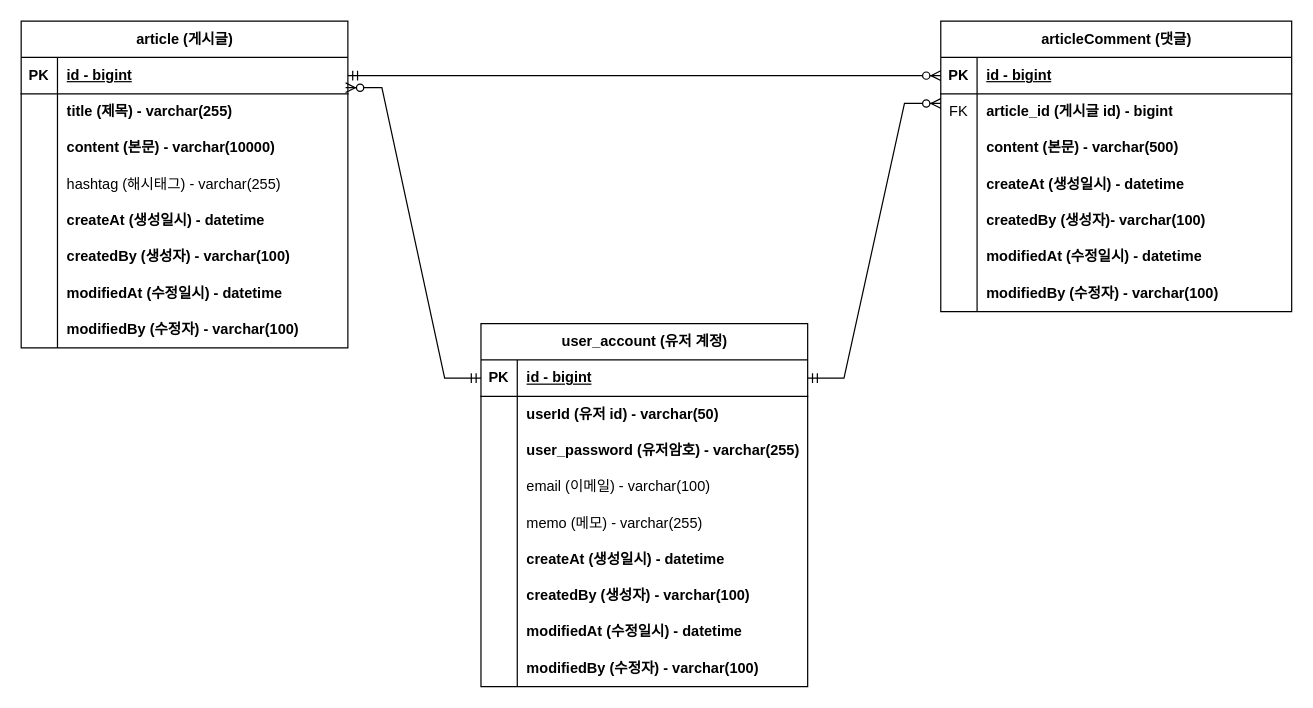
Before: document/project-board-erd.drawio in tkdwls4453/board-project, a draw.io diagram. Source tidied: cells renumbered, new cells numbered last; positions are measured from the earlier drawing's top-left corner, leaving out a move shared by most shapes. Both pictures are drawn from the tidied source at 121%, with x=0, y=0 at pixel (21, 21).
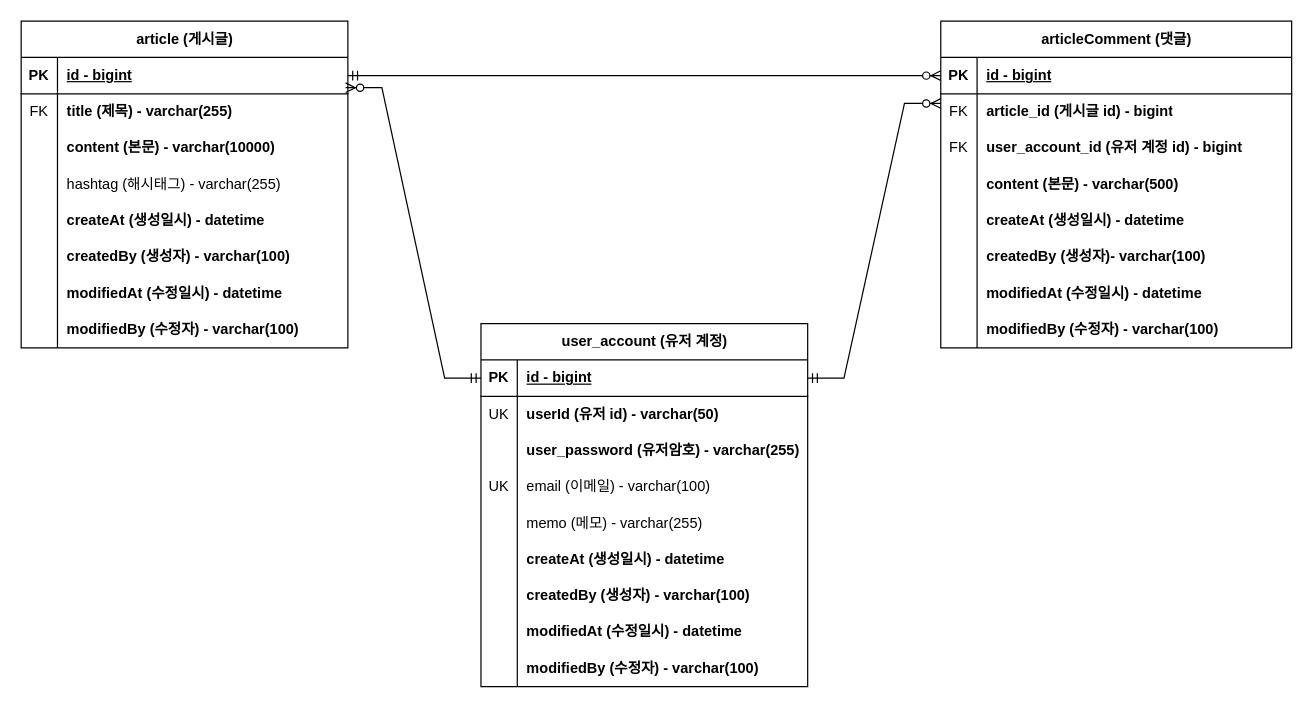
After the change.

Commit message:
#29 - erd 업데이트: 회원 계정 도메인의 이메일에 유니크 키 추가

Unchanged cells that the change refers to:
```xml
<mxCell id="6" style="shape=tableRow;horizontal=0;startSize=0;swimlaneHead=0;swimlaneBody=0;fillColor=none;top=0;left=0;right=0;bottom=0;" parent="2" vertex="1">
  <mxGeometry y="60" width="270" height="30" as="geometry" />
</mxCell>
<mxCell id="54" style="shape=tableRow;horizontal=0;startSize=0;swimlaneHead=0;swimlaneBody=0;fillColor=none;top=0;left=0;right=0;bottom=0;" parent="50" vertex="1">
  <mxGeometry y="60" width="270" height="30" as="geometry" />
</mxCell>
<mxCell id="60" style="shape=tableRow;horizontal=0;startSize=0;swimlaneHead=0;swimlaneBody=0;fillColor=none;top=0;left=0;right=0;bottom=0;" parent="50" vertex="1">
  <mxGeometry y="120" width="270" height="30" as="geometry" />
</mxCell>
```

Change to the diagram source:
```diff
@@
-    <mxCell id="7" style="shape=partialRectangle;fillColor=none;top=0;left=0;bottom=0;right=0;overflow=hidden;whiteSpace=wrap;html=1;" parent="6" vertex="1">
+    <mxCell id="7" value="FK" style="shape=partialRectangle;fillColor=none;top=0;left=0;bottom=0;right=0;overflow=hidden;whiteSpace=wrap;html=1;" parent="6" vertex="1">
       <mxGeometry width="30" height="30" as="geometry" />
     </mxCell>
@@
     <mxCell id="27" value="articleComment (댓글)" style="shape=table;startSize=30;childLayout=tableLayout;rowLines=0;fontStyle=1;align=center;html=1;" parent="1" vertex="1">
-      <mxGeometry x="760" width="290" height="240" as="geometry" />
+      <mxGeometry x="760" width="290" height="270" as="geometry" />
     </mxCell>
@@
+    <mxCell id="80" style="shape=tableRow;horizontal=0;startSize=0;swimlaneHead=0;swimlaneBody=0;fillColor=none;top=0;left=0;right=0;bottom=0;" parent="27" vertex="1">
+      <mxGeometry y="90" width="290" height="30" as="geometry" />
+    </mxCell>
+    <mxCell id="81" value="FK" style="shape=partialRectangle;fillColor=none;top=0;left=0;bottom=0;right=0;overflow=hidden;whiteSpace=wrap;html=1;" parent="80" vertex="1">
+      <mxGeometry width="30" height="30" as="geometry" />
+    </mxCell>
+    <mxCell id="82" value="user_account_id (유저 계정 id) - bigint" style="shape=partialRectangle;fillColor=none;top=0;left=0;bottom=0;right=0;align=left;spacingLeft=6;overflow=hidden;whiteSpace=wrap;html=1;fontStyle=1;" parent="80" vertex="1">
+      <mxGeometry x="30" width="260" height="30" as="geometry" />
+    </mxCell>
     <mxCell id="34" style="shape=tableRow;horizontal=0;startSize=0;swimlaneHead=0;swimlaneBody=0;fillColor=none;top=0;left=0;right=0;bottom=0;" parent="27" vertex="1">
-      <mxGeometry y="90" width="290" height="30" as="geometry" />
+      <mxGeometry y="120" width="290" height="30" as="geometry" />
     </mxCell>
@@
     <mxCell id="37" style="shape=tableRow;horizontal=0;startSize=0;swimlaneHead=0;swimlaneBody=0;fillColor=none;top=0;left=0;right=0;bottom=0;" parent="27" vertex="1">
-      <mxGeometry y="120" width="290" height="30" as="geometry" />
+      <mxGeometry y="150" width="290" height="30" as="geometry" />
     </mxCell>
@@
     <mxCell id="40" style="shape=tableRow;horizontal=0;startSize=0;swimlaneHead=0;swimlaneBody=0;fillColor=none;top=0;left=0;right=0;bottom=0;" parent="27" vertex="1">
-      <mxGeometry y="150" width="290" height="30" as="geometry" />
+      <mxGeometry y="180" width="290" height="30" as="geometry" />
     </mxCell>
@@
     <mxCell id="43" style="shape=tableRow;horizontal=0;startSize=0;swimlaneHead=0;swimlaneBody=0;fillColor=none;top=0;left=0;right=0;bottom=0;" parent="27" vertex="1">
-      <mxGeometry y="180" width="290" height="30" as="geometry" />
+      <mxGeometry y="210" width="290" height="30" as="geometry" />
     </mxCell>
@@
     <mxCell id="46" style="shape=tableRow;horizontal=0;startSize=0;swimlaneHead=0;swimlaneBody=0;fillColor=none;top=0;left=0;right=0;bottom=0;" parent="27" vertex="1">
-      <mxGeometry y="210" width="290" height="30" as="geometry" />
+      <mxGeometry y="240" width="290" height="30" as="geometry" />
     </mxCell>
@@
-    <mxCell id="55" style="shape=partialRectangle;fillColor=none;top=0;left=0;bottom=0;right=0;overflow=hidden;whiteSpace=wrap;html=1;" parent="54" vertex="1">
+    <mxCell id="55" value="UK" style="shape=partialRectangle;fillColor=none;top=0;left=0;bottom=0;right=0;overflow=hidden;whiteSpace=wrap;html=1;" parent="54" vertex="1">
       <mxGeometry width="30" height="30" as="geometry" />
     </mxCell>
@@
-    <mxCell id="61" style="shape=partialRectangle;fillColor=none;top=0;left=0;bottom=0;right=0;overflow=hidden;whiteSpace=wrap;html=1;" parent="60" vertex="1">
+    <mxCell id="61" value="UK" style="shape=partialRectangle;fillColor=none;top=0;left=0;bottom=0;right=0;overflow=hidden;whiteSpace=wrap;html=1;" parent="60" vertex="1">
       <mxGeometry width="30" height="30" as="geometry" />
     </mxCell>
```
